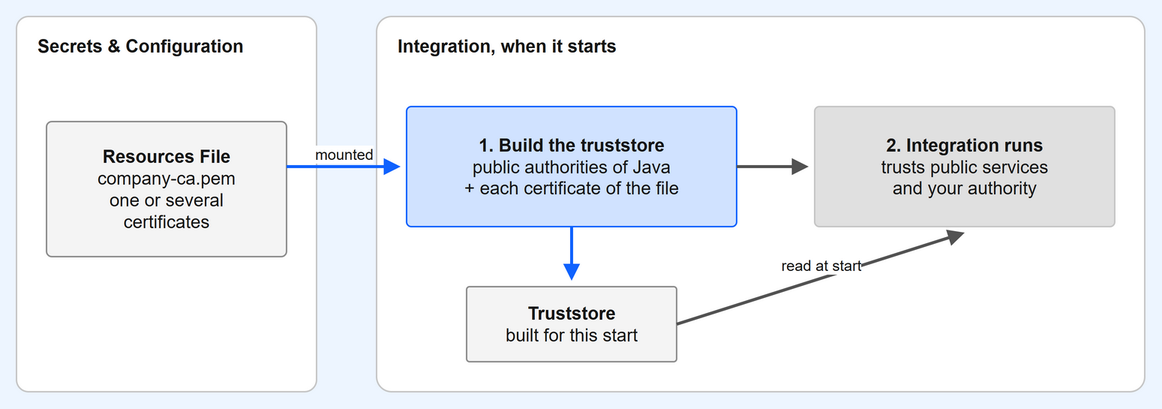
cml-x/docs keeps this draw.io diagram as static/img/runtime/truststore.drawio.png. Above is the earlier version. Source tidied: cells renumbered, new cells last; positions are measured from the earlier drawing's top-left corner, leaving out a move shared by most shapes. Its diagram source:
```xml
<mxGraphModel background="#EDF5FF">
  <root>
    <mxCell id="0" />
    <mxCell id="1" parent="0" />
    <mxCell id="2" value="Secrets &amp; Configuration" style="rounded=1;arcSize=4;whiteSpace=wrap;html=1;fillColor=#FFFFFF;strokeColor=#C6C6C6;fontColor=#161616;fontSize=12;verticalAlign=top;align=left;spacingLeft=12;spacingTop=6;fontStyle=1;" parent="1" vertex="1">
      <mxGeometry width="200" height="250" as="geometry" />
    </mxCell>
    <mxCell id="3" value="&lt;b&gt;Resources File&lt;/b&gt;&lt;br&gt;company-ca.pem&lt;br&gt;one or several&lt;br&gt;certificates" style="rounded=1;arcSize=4;whiteSpace=wrap;html=1;fillColor=#F4F4F4;strokeColor=#8D8D8D;fontColor=#161616;fontSize=12;" parent="1" vertex="1">
      <mxGeometry x="20" y="70" width="160" height="90" as="geometry" />
    </mxCell>
    <mxCell id="4" value="Integration, when it starts" style="rounded=1;arcSize=4;whiteSpace=wrap;html=1;fillColor=#FFFFFF;strokeColor=#C6C6C6;fontColor=#161616;fontSize=12;verticalAlign=top;align=left;spacingLeft=12;spacingTop=6;fontStyle=1;" parent="1" vertex="1">
      <mxGeometry x="240" width="512" height="250" as="geometry" />
    </mxCell>
    <mxCell id="5" value="&lt;b&gt;1. Build the truststore&lt;/b&gt;&lt;br&gt;public authorities of Java&lt;br&gt;+ each certificate of the file" style="rounded=1;arcSize=4;whiteSpace=wrap;html=1;fillColor=#D0E2FF;strokeColor=#0F62FE;fontColor=#161616;fontSize=12;" parent="1" vertex="1">
      <mxGeometry x="260" y="60" width="220" height="80" as="geometry" />
    </mxCell>
    <mxCell id="6" value="&lt;b&gt;Truststore&lt;/b&gt;&lt;br&gt;built for this start" style="rounded=1;arcSize=4;whiteSpace=wrap;html=1;fillColor=#F4F4F4;strokeColor=#8D8D8D;fontColor=#161616;fontSize=12;" parent="1" vertex="1">
      <mxGeometry x="300" y="180" width="140" height="50" as="geometry" />
    </mxCell>
    <mxCell id="7" value="&lt;b&gt;2. Integration runs&lt;/b&gt;&lt;br&gt;trusts public services&lt;br&gt;and your authority" style="rounded=1;arcSize=4;whiteSpace=wrap;html=1;fillColor=#E0E0E0;strokeColor=#C6C6C6;fontColor=#161616;fontSize=12;" parent="1" vertex="1">
      <mxGeometry x="532" y="60" width="200" height="80" as="geometry" />
    </mxCell>
    <mxCell id="8" value="mounted" style="endArrow=block;html=1;strokeWidth=2;strokeColor=#0F62FE;fontSize=10;fontColor=#161616;verticalAlign=bottom;" parent="1" edge="1">
      <mxGeometry relative="1" as="geometry">
        <mxPoint x="180" y="100" as="sourcePoint" />
        <mxPoint x="256" y="100" as="targetPoint" />
      </mxGeometry>
    </mxCell>
    <mxCell id="9" style="endArrow=block;html=1;strokeWidth=2;strokeColor=#0F62FE;fontSize=10;fontColor=#161616;verticalAlign=bottom;" parent="1" edge="1">
      <mxGeometry relative="1" as="geometry">
        <mxPoint x="370" y="140" as="sourcePoint" />
        <mxPoint x="370" y="176" as="targetPoint" />
      </mxGeometry>
    </mxCell>
    <mxCell id="10" value="read at start" style="endArrow=block;html=1;strokeWidth=2;strokeColor=#525252;fontSize=10;fontColor=#161616;verticalAlign=bottom;" parent="1" edge="1">
      <mxGeometry relative="1" as="geometry">
        <mxPoint x="440" y="205" as="sourcePoint" />
        <mxPoint x="632" y="144" as="targetPoint" />
      </mxGeometry>
    </mxCell>
    <mxCell id="11" style="endArrow=block;html=1;strokeWidth=2;strokeColor=#525252;fontSize=10;fontColor=#161616;verticalAlign=bottom;" parent="1" edge="1">
      <mxGeometry relative="1" as="geometry">
        <mxPoint x="480" y="100" as="sourcePoint" />
        <mxPoint x="528" y="100" as="targetPoint" />
      </mxGeometry>
    </mxCell>
  </root>
</mxGraphModel>
```
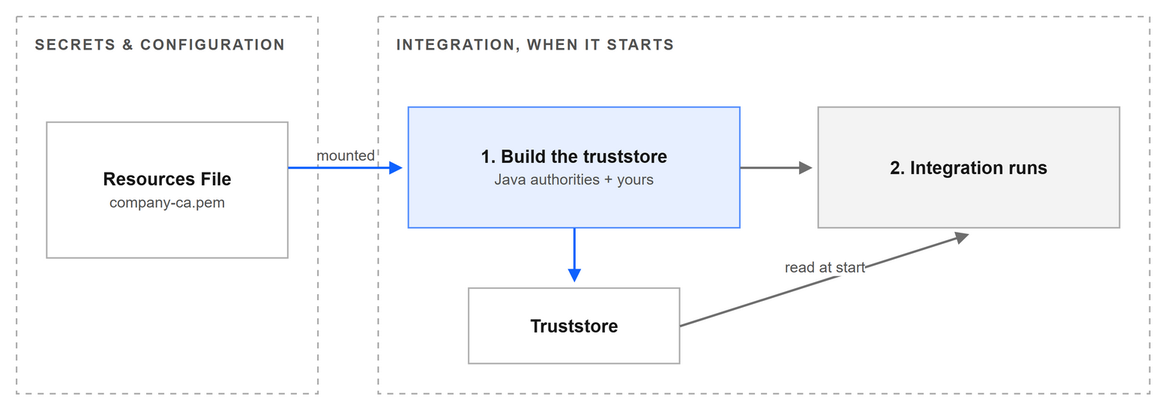
Later version of the same file.

What changed in the source:
```diff
@@ -1,44 +1,44 @@
-<mxGraphModel background="#EDF5FF">
+<mxGraphModel background="#FFFFFF">
   <root>
     <mxCell id="0" />
     <mxCell id="1" parent="0" />
-    <mxCell id="2" value="Secrets &amp; Configuration" style="rounded=1;arcSize=4;whiteSpace=wrap;html=1;fillColor=#FFFFFF;strokeColor=#C6C6C6;fontColor=#161616;fontSize=12;verticalAlign=top;align=left;spacingLeft=12;spacingTop=6;fontStyle=1;" parent="1" vertex="1">
+    <mxCell id="2" value="&lt;span style=&quot;font-size:10px;color:#525252;letter-spacing:1px&quot;&gt;&lt;b&gt;SECRETS &amp;amp; CONFIGURATION&lt;/b&gt;&lt;/span&gt;" style="rounded=0;whiteSpace=wrap;html=1;strokeWidth=1;fontColor=#161616;fontSize=12;fillColor=none;strokeColor=#A8A8A8;dashed=1;dashPattern=4 4;verticalAlign=top;align=left;spacingLeft=10;spacingTop=4;" parent="1" vertex="1">
       <mxGeometry width="200" height="250" as="geometry" />
     </mxCell>
-    <mxCell id="3" value="&lt;b&gt;Resources File&lt;/b&gt;&lt;br&gt;company-ca.pem&lt;br&gt;one or several&lt;br&gt;certificates" style="rounded=1;arcSize=4;whiteSpace=wrap;html=1;fillColor=#F4F4F4;strokeColor=#8D8D8D;fontColor=#161616;fontSize=12;" parent="1" vertex="1">
+    <mxCell id="3" value="&lt;b&gt;Resources File&lt;/b&gt;&lt;br&gt;&lt;span style=&quot;font-size:10px;color:#525252&quot;&gt;company-ca.pem&lt;/span&gt;" style="rounded=0;whiteSpace=wrap;html=1;strokeWidth=1;fontColor=#161616;fontSize=12;fillColor=none;strokeColor=#8D8D8D;strokeOpacity=70;" parent="1" vertex="1">
       <mxGeometry x="20" y="70" width="160" height="90" as="geometry" />
     </mxCell>
-    <mxCell id="4" value="Integration, when it starts" style="rounded=1;arcSize=4;whiteSpace=wrap;html=1;fillColor=#FFFFFF;strokeColor=#C6C6C6;fontColor=#161616;fontSize=12;verticalAlign=top;align=left;spacingLeft=12;spacingTop=6;fontStyle=1;" parent="1" vertex="1">
+    <mxCell id="4" value="&lt;span style=&quot;font-size:10px;color:#525252;letter-spacing:1px&quot;&gt;&lt;b&gt;INTEGRATION, WHEN IT STARTS&lt;/b&gt;&lt;/span&gt;" style="rounded=0;whiteSpace=wrap;html=1;strokeWidth=1;fontColor=#161616;fontSize=12;fillColor=none;strokeColor=#A8A8A8;dashed=1;dashPattern=4 4;verticalAlign=top;align=left;spacingLeft=10;spacingTop=4;" parent="1" vertex="1">
       <mxGeometry x="240" width="512" height="250" as="geometry" />
     </mxCell>
-    <mxCell id="5" value="&lt;b&gt;1. Build the truststore&lt;/b&gt;&lt;br&gt;public authorities of Java&lt;br&gt;+ each certificate of the file" style="rounded=1;arcSize=4;whiteSpace=wrap;html=1;fillColor=#D0E2FF;strokeColor=#0F62FE;fontColor=#161616;fontSize=12;" parent="1" vertex="1">
+    <mxCell id="5" value="&lt;b&gt;1. Build the truststore&lt;/b&gt;&lt;br&gt;&lt;span style=&quot;font-size:10px;color:#525252&quot;&gt;Java authorities + yours&lt;/span&gt;" style="rounded=0;whiteSpace=wrap;html=1;strokeWidth=1;fontColor=#161616;fontSize=12;fillColor=#0F62FE;fillOpacity=10;strokeColor=#0F62FE;strokeOpacity=70;" parent="1" vertex="1">
       <mxGeometry x="260" y="60" width="220" height="80" as="geometry" />
     </mxCell>
-    <mxCell id="6" value="&lt;b&gt;Truststore&lt;/b&gt;&lt;br&gt;built for this start" style="rounded=1;arcSize=4;whiteSpace=wrap;html=1;fillColor=#F4F4F4;strokeColor=#8D8D8D;fontColor=#161616;fontSize=12;" parent="1" vertex="1">
+    <mxCell id="6" value="&lt;b&gt;Truststore&lt;/b&gt;" style="rounded=0;whiteSpace=wrap;html=1;strokeWidth=1;fontColor=#161616;fontSize=12;fillColor=none;strokeColor=#8D8D8D;strokeOpacity=70;" parent="1" vertex="1">
       <mxGeometry x="300" y="180" width="140" height="50" as="geometry" />
     </mxCell>
-    <mxCell id="7" value="&lt;b&gt;2. Integration runs&lt;/b&gt;&lt;br&gt;trusts public services&lt;br&gt;and your authority" style="rounded=1;arcSize=4;whiteSpace=wrap;html=1;fillColor=#E0E0E0;strokeColor=#C6C6C6;fontColor=#161616;fontSize=12;" parent="1" vertex="1">
+    <mxCell id="7" value="&lt;b&gt;2. Integration runs&lt;/b&gt;" style="rounded=0;whiteSpace=wrap;html=1;strokeWidth=1;fontColor=#161616;fontSize=12;fillColor=#161616;fillOpacity=5;strokeColor=#8D8D8D;strokeOpacity=70;" parent="1" vertex="1">
       <mxGeometry x="532" y="60" width="200" height="80" as="geometry" />
     </mxCell>
-    <mxCell id="8" value="mounted" style="endArrow=block;html=1;strokeWidth=2;strokeColor=#0F62FE;fontSize=10;fontColor=#161616;verticalAlign=bottom;" parent="1" edge="1">
+    <mxCell id="8" value="mounted" style="endArrow=block;html=1;strokeWidth=1.5;strokeColor=#0F62FE;fontSize=10;fontColor=#525252;verticalAlign=bottom;endSize=5;rounded=0;labelBackgroundColor=#FFFFFF;" parent="1" edge="1">
       <mxGeometry relative="1" as="geometry">
         <mxPoint x="180" y="100" as="sourcePoint" />
         <mxPoint x="256" y="100" as="targetPoint" />
       </mxGeometry>
     </mxCell>
-    <mxCell id="9" style="endArrow=block;html=1;strokeWidth=2;strokeColor=#0F62FE;fontSize=10;fontColor=#161616;verticalAlign=bottom;" parent="1" edge="1">
+    <mxCell id="9" style="endArrow=block;html=1;strokeWidth=1.5;strokeColor=#0F62FE;fontSize=10;fontColor=#525252;verticalAlign=bottom;endSize=5;rounded=0;labelBackgroundColor=#FFFFFF;" parent="1" edge="1">
       <mxGeometry relative="1" as="geometry">
         <mxPoint x="370" y="140" as="sourcePoint" />
         <mxPoint x="370" y="176" as="targetPoint" />
       </mxGeometry>
     </mxCell>
-    <mxCell id="10" value="read at start" style="endArrow=block;html=1;strokeWidth=2;strokeColor=#525252;fontSize=10;fontColor=#161616;verticalAlign=bottom;" parent="1" edge="1">
+    <mxCell id="10" value="read at start" style="endArrow=block;html=1;strokeWidth=1.5;strokeColor=#6F6F6F;fontSize=10;fontColor=#525252;verticalAlign=bottom;endSize=5;rounded=0;labelBackgroundColor=#FFFFFF;" parent="1" edge="1">
       <mxGeometry relative="1" as="geometry">
         <mxPoint x="440" y="205" as="sourcePoint" />
         <mxPoint x="632" y="144" as="targetPoint" />
       </mxGeometry>
     </mxCell>
-    <mxCell id="11" style="endArrow=block;html=1;strokeWidth=2;strokeColor=#525252;fontSize=10;fontColor=#161616;verticalAlign=bottom;" parent="1" edge="1">
+    <mxCell id="11" style="endArrow=block;html=1;strokeWidth=1.5;strokeColor=#6F6F6F;fontSize=10;fontColor=#525252;verticalAlign=bottom;endSize=5;rounded=0;labelBackgroundColor=#FFFFFF;" parent="1" edge="1">
       <mxGeometry relative="1" as="geometry">
         <mxPoint x="480" y="100" as="sourcePoint" />
         <mxPoint x="528" y="100" as="targetPoint" />
```
